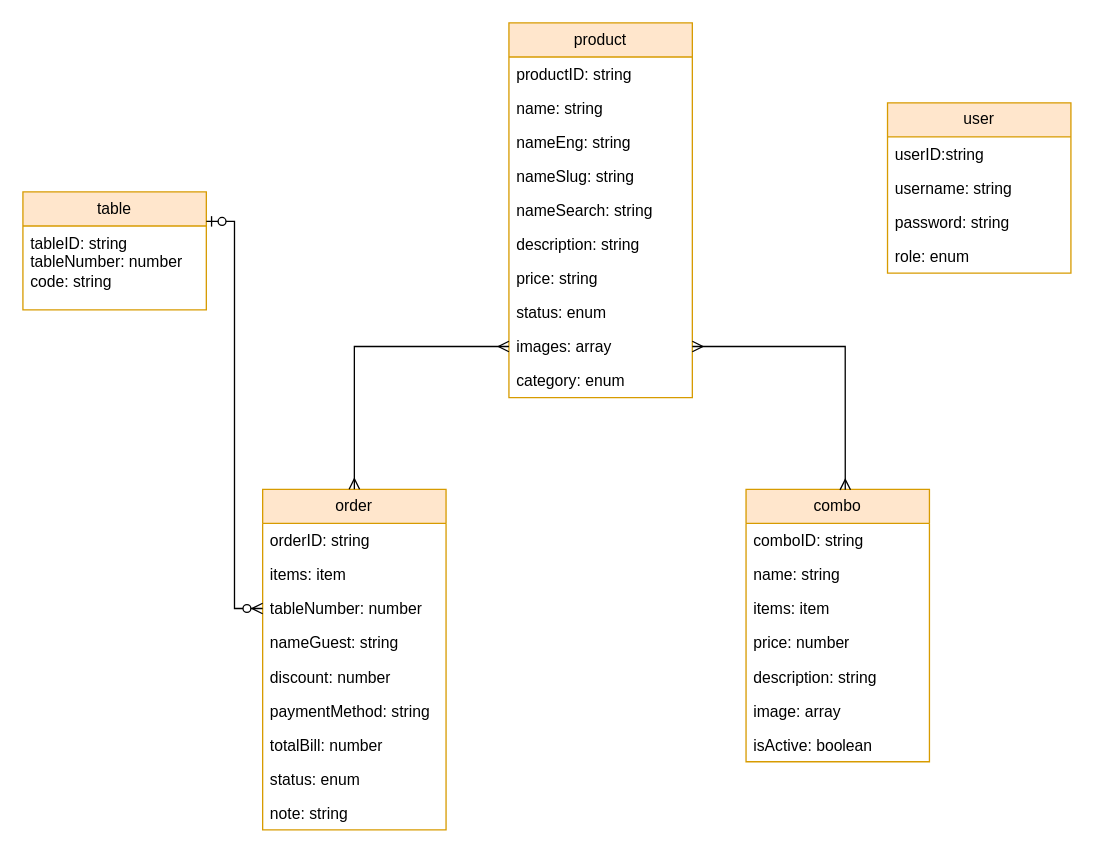
Above: page "thiết kế csdl" (2 of 3) of đề tài order bằng QR code của khách sạn balcona.drawio in phanvanhieu1/QRcode (draw.io), before the change. Source tidied: cells renumbered, new cells numbered last; positions are measured from the earlier drawing's top-left corner, leaving out a move shared by most shapes. Both pictures are drawn from the tidied source at 131%, with x=0, y=0 at pixel (22, 22).
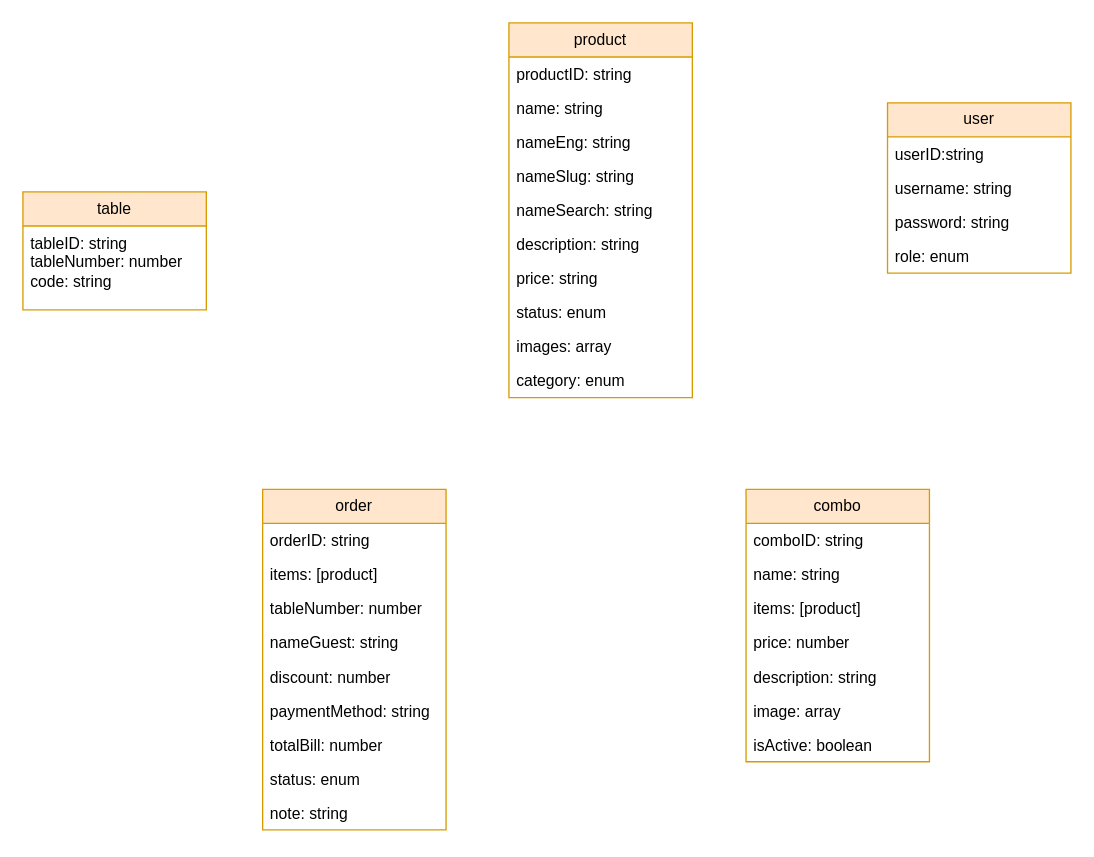
The same diagram, later.

The change refers to these unchanged cells:
```xml
<mxCell id="11" value="images: array" style="text;strokeColor=none;fillColor=none;align=left;verticalAlign=top;spacingLeft=4;spacingRight=4;overflow=hidden;points=[[0,0.5],[1,0.5]];portConstraint=eastwest;whiteSpace=wrap;html=1;" parent="2" vertex="1">
  <mxGeometry y="234" width="140" height="26" as="geometry" />
</mxCell>
<mxCell id="13" value="order" style="swimlane;fontStyle=0;horizontal=1;startSize=26;fillColor=#ffe6cc;whiteSpace=wrap;html=1;strokeColor=#d79b00;" parent="1" vertex="1">
  <mxGeometry x="183" y="356" width="140" height="260" as="geometry" />
</mxCell>
<mxCell id="16" value="tableNumber: number" style="text;strokeColor=none;fillColor=none;align=left;verticalAlign=top;spacingLeft=4;spacingRight=4;overflow=hidden;points=[[0,0.5],[1,0.5]];portConstraint=eastwest;whiteSpace=wrap;html=1;" parent="13" vertex="1">
  <mxGeometry y="78" width="140" height="26" as="geometry" />
</mxCell>
<mxCell id="23" value="table" style="swimlane;fontStyle=0;horizontal=1;startSize=26;fillColor=#ffe6cc;whiteSpace=wrap;html=1;strokeColor=#d79b00;" parent="1" vertex="1">
  <mxGeometry y="129" width="140" height="90" as="geometry" />
</mxCell>
<mxCell id="30" value="combo" style="swimlane;fontStyle=0;horizontal=1;startSize=26;fillColor=#ffe6cc;whiteSpace=wrap;html=1;strokeColor=#d79b00;" parent="1" vertex="1">
  <mxGeometry x="552" y="356" width="140" height="208" as="geometry" />
</mxCell>
```

What changed in the source:
```diff
@@
-    <mxCell id="15" value="items: item" style="text;strokeColor=none;fillColor=none;align=left;verticalAlign=top;spacingLeft=4;spacingRight=4;overflow=hidden;whiteSpace=wrap;html=1;" parent="13" vertex="1">
+    <mxCell id="15" value="items: [product]" style="text;strokeColor=none;fillColor=none;align=left;verticalAlign=top;spacingLeft=4;spacingRight=4;overflow=hidden;whiteSpace=wrap;html=1;" parent="13" vertex="1">
       <mxGeometry y="52" width="140" height="26" as="geometry" />
     </mxCell>
@@
-    <mxCell id="33" value="items: item" style="text;strokeColor=none;fillColor=none;align=left;verticalAlign=top;spacingLeft=4;spacingRight=4;overflow=hidden;whiteSpace=wrap;html=1;" parent="30" vertex="1">
+    <mxCell id="33" value="items: [product]" style="text;strokeColor=none;fillColor=none;align=left;verticalAlign=top;spacingLeft=4;spacingRight=4;overflow=hidden;whiteSpace=wrap;html=1;" parent="30" vertex="1">
       <mxGeometry y="78" width="140" height="26" as="geometry" />
     </mxCell>
@@
-    <mxCell id="38" style="fontSize=12;html=1;endArrow=ERmany;startArrow=ERmany;rounded=0;exitX=0.5;exitY=0;exitDx=0;exitDy=0;edgeStyle=orthogonalEdgeStyle;entryX=0;entryY=0.5;entryDx=0;entryDy=0;" parent="1" edge="1" source="13" target="11">
-      <mxGeometry relative="1" as="geometry" />
-    </mxCell>
-    <mxCell id="39" style="edgeStyle=orthogonalEdgeStyle;fontSize=12;html=1;endArrow=ERzeroToMany;startArrow=ERzeroToOne;rounded=0;exitX=1;exitY=0.25;exitDx=0;exitDy=0;entryX=0;entryY=0.5;entryDx=0;entryDy=0;" parent="1" edge="1" source="23" target="16">
-      <mxGeometry relative="1" as="geometry" />
-    </mxCell>
-    <mxCell id="40" style="rounded=0;jettySize=auto;html=1;entryX=0.541;entryY=0.002;entryDx=0;entryDy=0;entryPerimeter=0;startArrow=ERmany;startFill=0;endArrow=ERmany;endFill=0;exitX=1;exitY=0.5;exitDx=0;exitDy=0;edgeStyle=orthogonalEdgeStyle;" parent="1" edge="1" source="11" target="30">
-      <mxGeometry relative="1" as="geometry" />
-    </mxCell>
```
